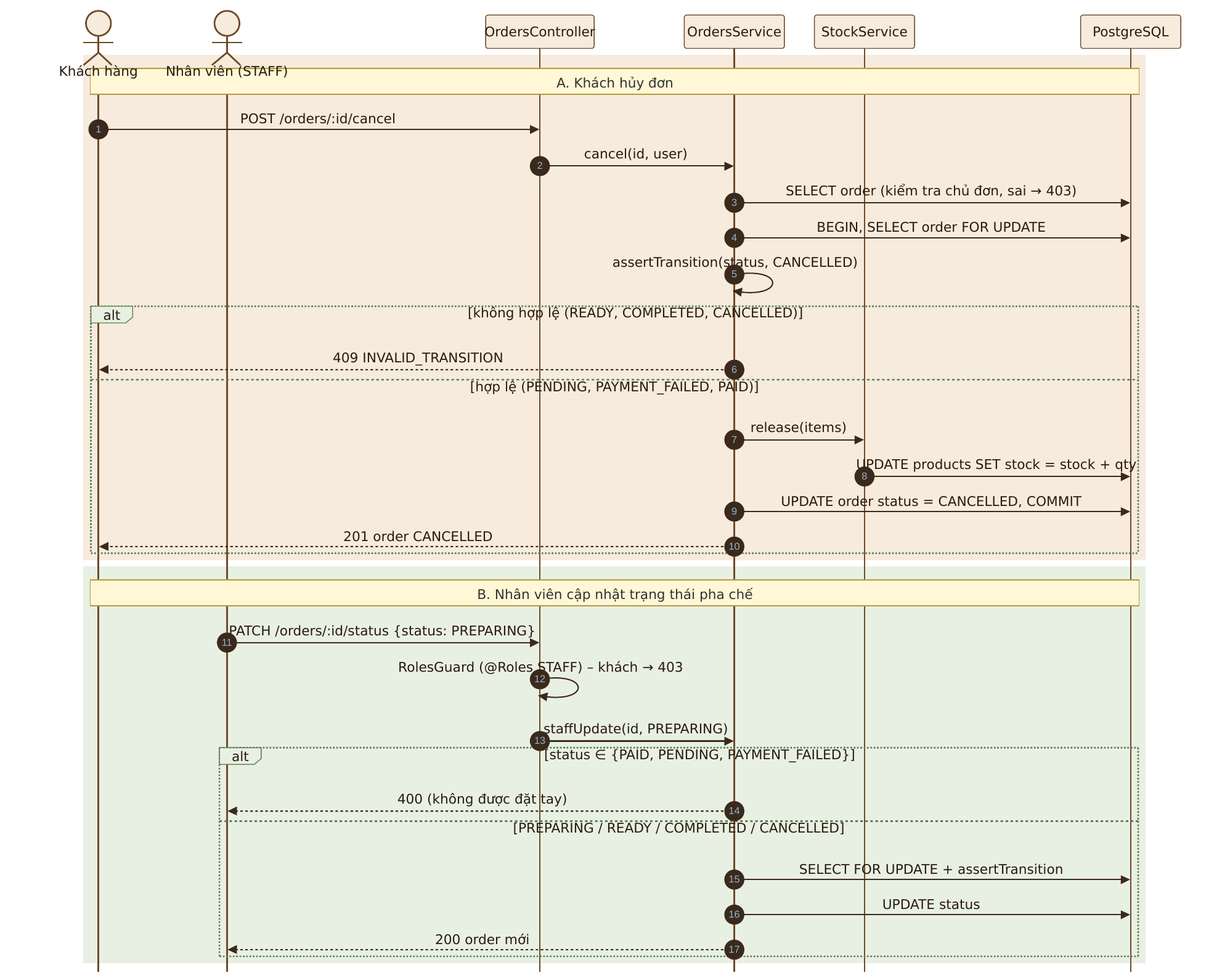
Before: report/diagrams/png/seq-cancel.png, a diagram exported from Mermaid (kaiqwwp/brewlite). Its source is kept beside it as report/diagrams/seq-cancel.mmd.
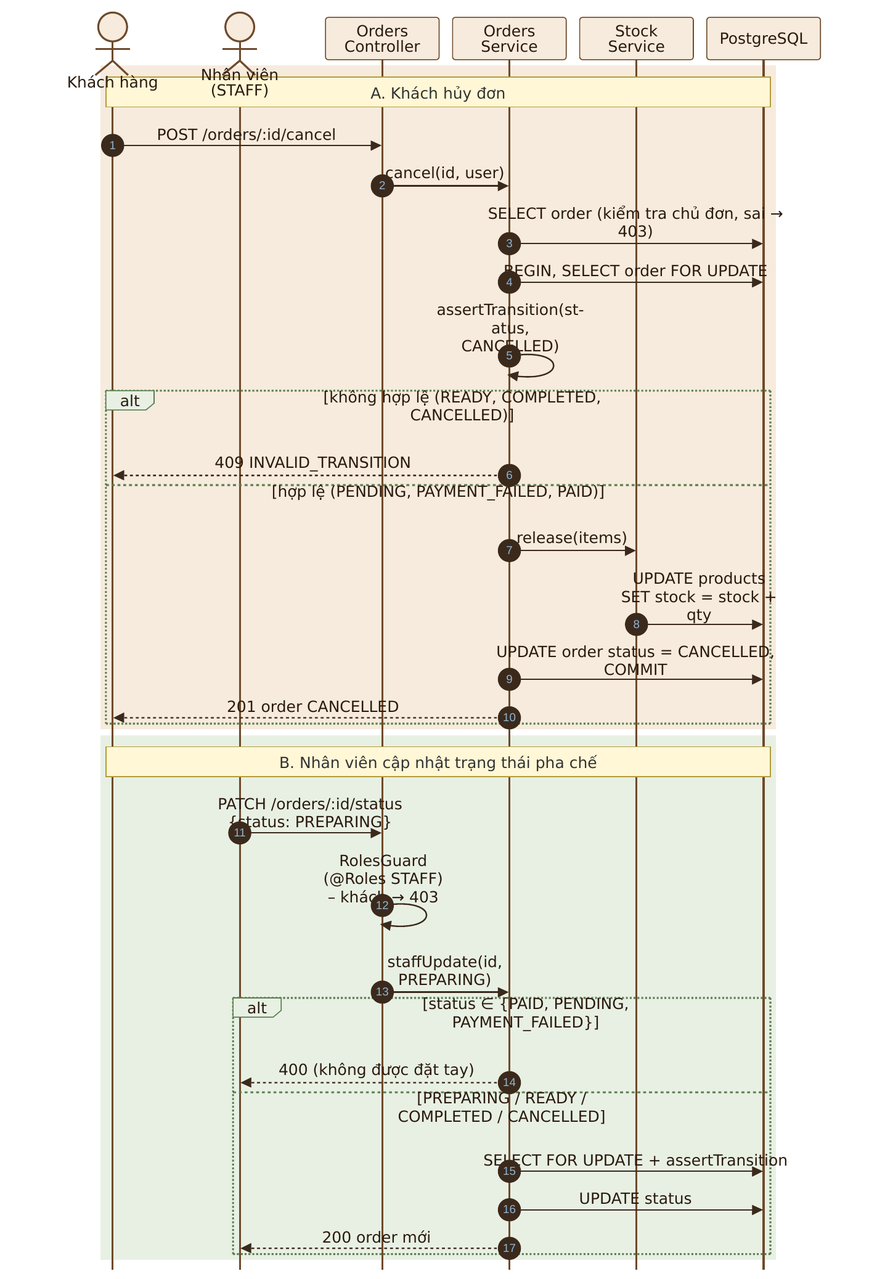
The same diagram one commit later.

Diff of the diagram source:
```diff
@@ -1,10 +1,10 @@
 sequenceDiagram
   autonumber
   actor KH as Khách hàng
-  actor NV as Nhân viên (STAFF)
-  participant OC as OrdersController
-  participant OS as OrdersService
-  participant ST as StockService
+  actor NV as Nhân viên<br/>(STAFF)
+  participant OC as Orders<br/>Controller
+  participant OS as Orders<br/>Service
+  participant ST as Stock<br/>Service
   participant DB as PostgreSQL
   rect rgb(246,235,221)
   Note over KH,DB: A. Khách hủy đơn
```
